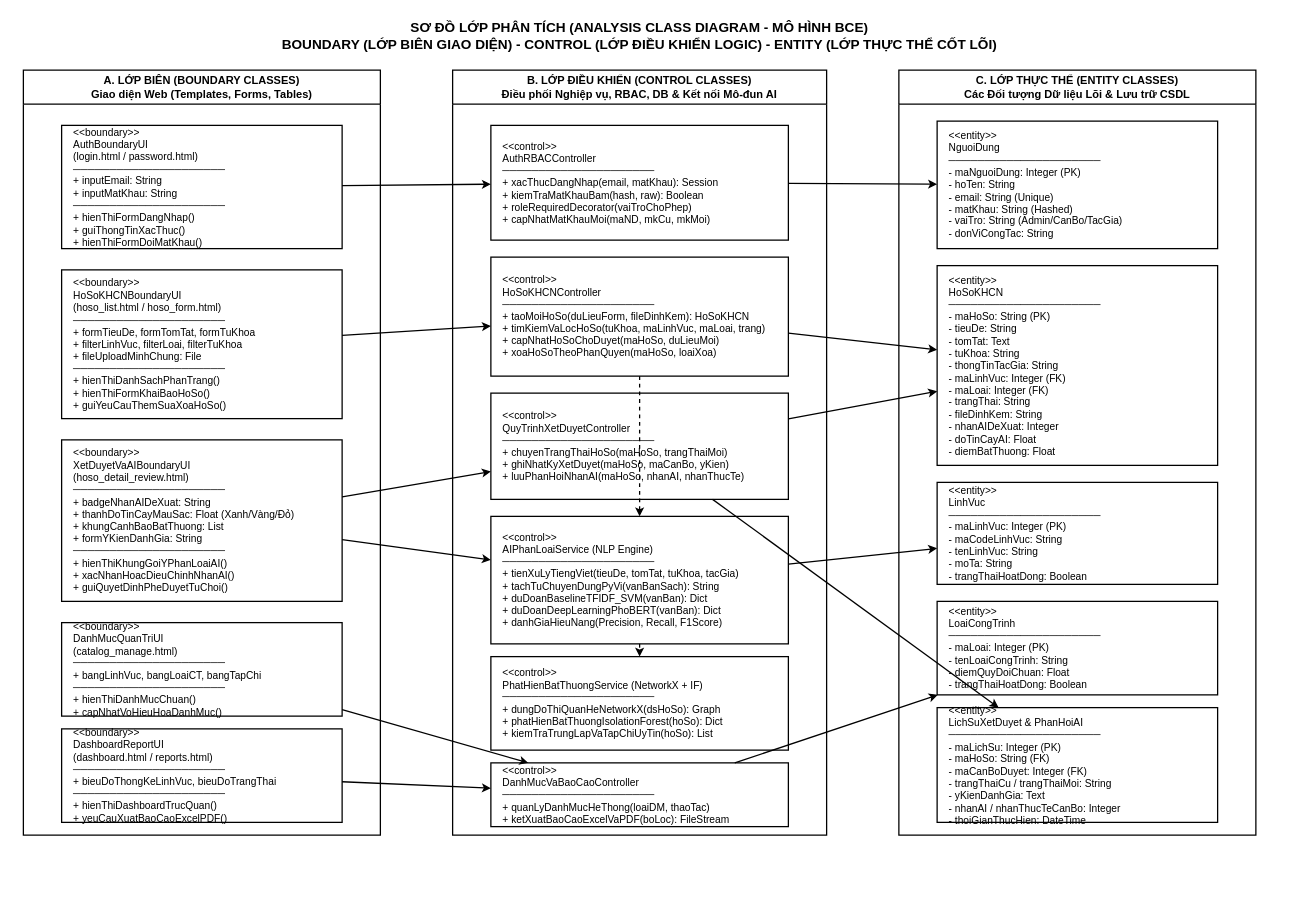
Above: diagrams/03_Analysis_Class_Diagram_BCE.drawio in nguyenthanhphat-144/KLCN_2026 (draw.io), before the change. Source tidied: cells renumbered, new cells numbered last; positions are measured from the earlier drawing's top-left corner, leaving out a move shared by most shapes. Both pictures are drawn from the tidied source at 85%, with x=0, y=0 at pixel (23, 14).
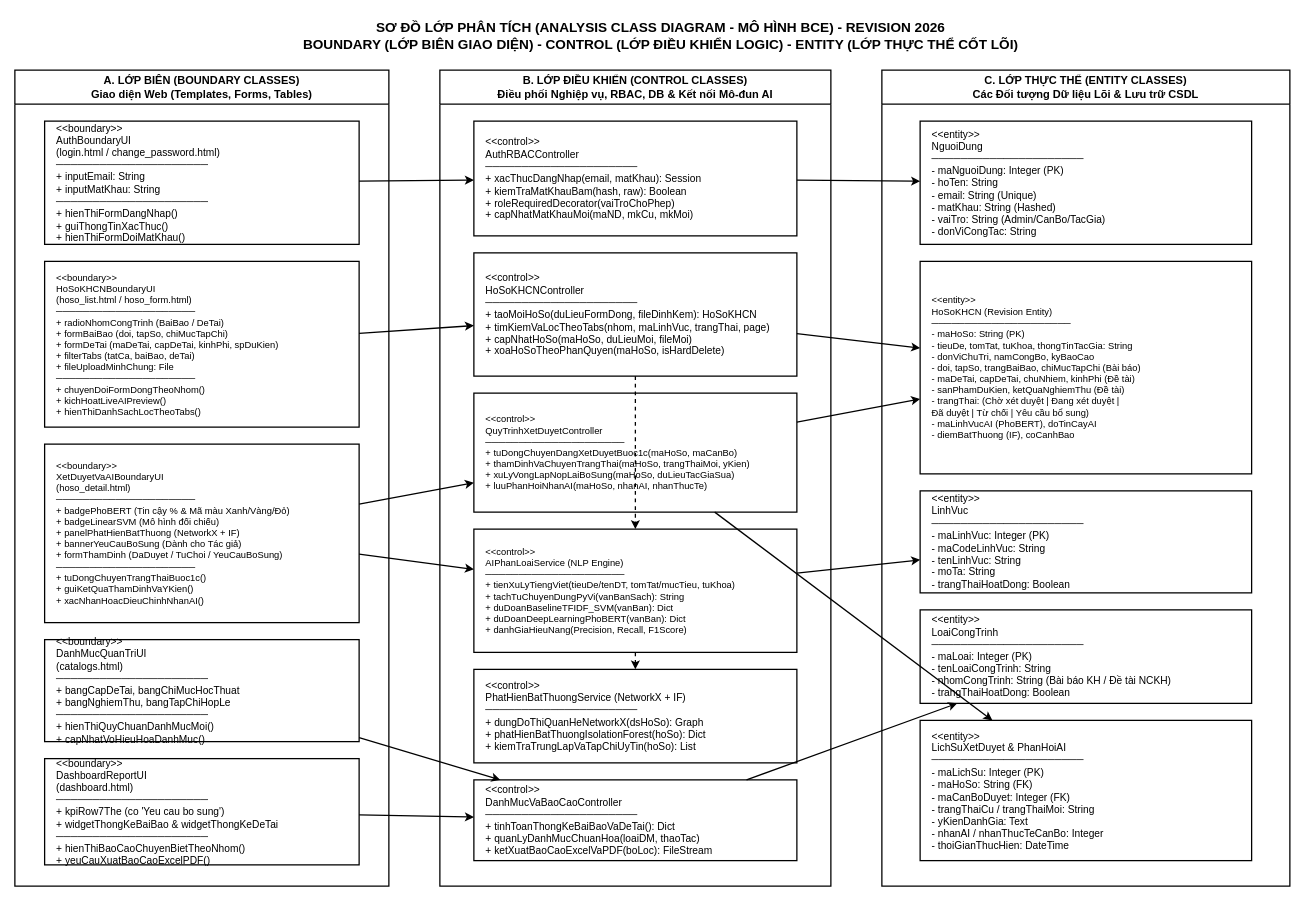
After the change.

Diff of the diagram source:
```diff
@@
-    <mxCell id="2" value="SƠ ĐỒ LỚP PHÂN TÍCH (ANALYSIS CLASS DIAGRAM - MÔ HÌNH BCE)&#10;BOUNDARY (LỚP BIÊN GIAO DIỆN) - CONTROL (LỚP ĐIỀU KHIỂN LOGIC) - ENTITY (LỚP THỰC THỂ CỐT LÕI)" style="text;html=1;strokeColor=none;fillColor=none;align=center;verticalAlign=middle;whiteSpace=wrap;rounded=0;fontSize=16;fontStyle=1;fontColor=#000000;" parent="1" vertex="1">
-      <mxGeometry x="200" width="1050" height="50" as="geometry" />
+    <mxCell id="2" value="SƠ ĐỒ LỚP PHÂN TÍCH (ANALYSIS CLASS DIAGRAM - MÔ HÌNH BCE) - REVISION 2026&#10;BOUNDARY (LỚP BIÊN GIAO DIỆN) - CONTROL (LỚP ĐIỀU KHIỂN LOGIC) - ENTITY (LỚP THỰC THỂ CỐT LÕI)" style="text;html=1;strokeColor=none;fillColor=none;align=center;verticalAlign=middle;whiteSpace=wrap;rounded=0;fontSize=16;fontStyle=1;fontColor=#000000;" parent="1" vertex="1">
+      <mxGeometry x="200" width="1100" height="50" as="geometry" />
     </mxCell>
     <mxCell id="3" value="A. LỚP BIÊN (BOUNDARY CLASSES)&#10;Giao diện Web (Templates, Forms, Tables)" style="swimlane;whiteSpace=wrap;html=1;startSize=40;fillColor=#FFFFFF;strokeColor=#000000;strokeWidth=1.5;fontStyle=1;fontSize=13;fontColor=#000000;" parent="1" vertex="1">
-      <mxGeometry y="65" width="420" height="900" as="geometry" />
+      <mxGeometry x="-10" y="65" width="440" height="960" as="geometry" />
     </mxCell>
-    <mxCell id="4" value="&amp;lt;&amp;lt;boundary&amp;gt;&amp;gt;&#10;AuthBoundaryUI&#10;(login.html / password.html)&#10;─────────────────────&#10;+ inputEmail: String&#10;+ inputMatKhau: String&#10;─────────────────────&#10;+ hienThiFormDangNhap()&#10;+ guiThongTinXacThuc()&#10;+ hienThiFormDoiMatKhau()" style="rounded=0;whiteSpace=wrap;html=1;align=left;spacingLeft=12;fillColor=#FFFFFF;strokeColor=#000000;strokeWidth=1.5;fontSize=12;fontColor=#000000;" parent="3" vertex="1">
-      <mxGeometry x="45" y="65" width="330" height="145" as="geometry" />
+    <mxCell id="4" value="&amp;lt;&amp;lt;boundary&amp;gt;&amp;gt;&#10;AuthBoundaryUI&#10;(login.html / change_password.html)&#10;─────────────────────&#10;+ inputEmail: String&#10;+ inputMatKhau: String&#10;─────────────────────&#10;+ hienThiFormDangNhap()&#10;+ guiThongTinXacThuc()&#10;+ hienThiFormDoiMatKhau()" style="rounded=0;whiteSpace=wrap;html=1;align=left;spacingLeft=12;fillColor=#FFFFFF;strokeColor=#000000;strokeWidth=1.5;fontSize=12;fontColor=#000000;" parent="3" vertex="1">
+      <mxGeometry x="35" y="60" width="370" height="145" as="geometry" />
     </mxCell>
-    <mxCell id="5" value="&amp;lt;&amp;lt;boundary&amp;gt;&amp;gt;&#10;HoSoKHCNBoundaryUI&#10;(hoso_list.html / hoso_form.html)&#10;─────────────────────&#10;+ formTieuDe, formTomTat, formTuKhoa&#10;+ filterLinhVuc, filterLoai, filterTuKhoa&#10;+ fileUploadMinhChung: File&#10;─────────────────────&#10;+ hienThiDanhSachPhanTrang()&#10;+ hienThiFormKhaiBaoHoSo()&#10;+ guiYeuCauThemSuaXoaHoSo()" style="rounded=0;whiteSpace=wrap;html=1;align=left;spacingLeft=12;fillColor=#FFFFFF;strokeColor=#000000;strokeWidth=1.5;fontSize=12;fontColor=#000000;" parent="3" vertex="1">
-      <mxGeometry x="45" y="235" width="330" height="175" as="geometry" />
+    <mxCell id="5" value="&amp;lt;&amp;lt;boundary&amp;gt;&amp;gt;&#10;HoSoKHCNBoundaryUI&#10;(hoso_list.html / hoso_form.html)&#10;─────────────────────&#10;+ radioNhomCongTrinh (BaiBao / DeTai)&#10;+ formBaiBao (doi, tapSo, chiMucTapChi)&#10;+ formDeTai (maDeTai, capDeTai, kinhPhi, spDuKien)&#10;+ filterTabs (tatCa, baiBao, deTai)&#10;+ fileUploadMinhChung: File&#10;─────────────────────&#10;+ chuyenDoiFormDongTheoNhom()&#10;+ kichHoatLiveAIPreview()&#10;+ hienThiDanhSachLocTheoTabs()" style="rounded=0;whiteSpace=wrap;html=1;align=left;spacingLeft=12;fillColor=#FFFFFF;strokeColor=#000000;strokeWidth=1.5;fontSize=11;fontColor=#000000;" parent="3" vertex="1">
+      <mxGeometry x="35" y="225" width="370" height="195" as="geometry" />
     </mxCell>
-    <mxCell id="6" value="&amp;lt;&amp;lt;boundary&amp;gt;&amp;gt;&#10;XetDuyetVaAIBoundaryUI&#10;(hoso_detail_review.html)&#10;─────────────────────&#10;+ badgeNhanAIDeXuat: String&#10;+ thanhDoTinCayMauSac: Float (Xanh/Vàng/Đỏ)&#10;+ khungCanhBaoBatThuong: List&#10;+ formYKienDanhGia: String&#10;─────────────────────&#10;+ hienThiKhungGoiYPhanLoaiAI()&#10;+ xacNhanHoacDieuChinhNhanAI()&#10;+ guiQuyetDinhPheDuyetTuChoi()" style="rounded=0;whiteSpace=wrap;html=1;align=left;spacingLeft=12;fillColor=#FFFFFF;strokeColor=#000000;strokeWidth=1.5;fontSize=12;fontColor=#000000;" parent="3" vertex="1">
-      <mxGeometry x="45" y="435" width="330" height="190" as="geometry" />
+    <mxCell id="6" value="&amp;lt;&amp;lt;boundary&amp;gt;&amp;gt;&#10;XetDuyetVaAIBoundaryUI&#10;(hoso_detail.html)&#10;─────────────────────&#10;+ badgePhoBERT (Tin cậy % &amp; Mã màu Xanh/Vàng/Đỏ)&#10;+ badgeLinearSVM (Mô hình đối chiếu)&#10;+ panelPhatHienBatThuong (NetworkX + IF)&#10;+ bannerYeuCauBoSung (Dành cho Tác giả)&#10;+ formThamDinh (DaDuyet / TuChoi / YeuCauBoSung)&#10;─────────────────────&#10;+ tuDongChuyenTrangThaiBuoc1c()&#10;+ guiKetQuaThamDinhVaYKien()&#10;+ xacNhanHoacDieuChinhNhanAI()" style="rounded=0;whiteSpace=wrap;html=1;align=left;spacingLeft=12;fillColor=#FFFFFF;strokeColor=#000000;strokeWidth=1.5;fontSize=11;fontColor=#000000;" parent="3" vertex="1">
+      <mxGeometry x="35" y="440" width="370" height="210" as="geometry" />
     </mxCell>
-    <mxCell id="7" value="&amp;lt;&amp;lt;boundary&amp;gt;&amp;gt;&#10;DanhMucQuanTriUI&#10;(catalog_manage.html)&#10;─────────────────────&#10;+ bangLinhVuc, bangLoaiCT, bangTapChi&#10;─────────────────────&#10;+ hienThiDanhMucChuan()&#10;+ capNhatVoHieuHoaDanhMuc()" style="rounded=0;whiteSpace=wrap;html=1;align=left;spacingLeft=12;fillColor=#FFFFFF;strokeColor=#000000;strokeWidth=1.5;fontSize=12;fontColor=#000000;" parent="3" vertex="1">
-      <mxGeometry x="45" y="650" width="330" height="110" as="geometry" />
+    <mxCell id="7" value="&amp;lt;&amp;lt;boundary&amp;gt;&amp;gt;&#10;DanhMucQuanTriUI&#10;(catalogs.html)&#10;─────────────────────&#10;+ bangCapDeTai, bangChiMucHocThuat&#10;+ bangNghiemThu, bangTapChiHopLe&#10;─────────────────────&#10;+ hienThiQuyChuanDanhMucMoi()&#10;+ capNhatVoHieuHoaDanhMuc()" style="rounded=0;whiteSpace=wrap;html=1;align=left;spacingLeft=12;fillColor=#FFFFFF;strokeColor=#000000;strokeWidth=1.5;fontSize=12;fontColor=#000000;" parent="3" vertex="1">
+      <mxGeometry x="35" y="670" width="370" height="120" as="geometry" />
     </mxCell>
-    <mxCell id="8" value="&amp;lt;&amp;lt;boundary&amp;gt;&amp;gt;&#10;DashboardReportUI&#10;(dashboard.html / reports.html)&#10;─────────────────────&#10;+ bieuDoThongKeLinhVuc, bieuDoTrangThai&#10;─────────────────────&#10;+ hienThiDashboardTrucQuan()&#10;+ yeuCauXuatBaoCaoExcelPDF()" style="rounded=0;whiteSpace=wrap;html=1;align=left;spacingLeft=12;fillColor=#FFFFFF;strokeColor=#000000;strokeWidth=1.5;fontSize=12;fontColor=#000000;" parent="3" vertex="1">
-      <mxGeometry x="45" y="775" width="330" height="110" as="geometry" />
+    <mxCell id="8" value="&amp;lt;&amp;lt;boundary&amp;gt;&amp;gt;&#10;DashboardReportUI&#10;(dashboard.html)&#10;─────────────────────&#10;+ kpiRow7The (co 'Yeu cau bo sung')&#10;+ widgetThongKeBaiBao &amp; widgetThongKeDeTai&#10;─────────────────────&#10;+ hienThiBaoCaoChuyenBietTheoNhom()&#10;+ yeuCauXuatBaoCaoExcelPDF()" style="rounded=0;whiteSpace=wrap;html=1;align=left;spacingLeft=12;fillColor=#FFFFFF;strokeColor=#000000;strokeWidth=1.5;fontSize=12;fontColor=#000000;" parent="3" vertex="1">
+      <mxGeometry x="35" y="810" width="370" height="125" as="geometry" />
     </mxCell>
     <mxCell id="9" value="B. LỚP ĐIỀU KHIỂN (CONTROL CLASSES)&#10;Điều phối Nghiệp vụ, RBAC, DB &amp; Kết nối Mô-đun AI" style="swimlane;whiteSpace=wrap;html=1;startSize=40;fillColor=#FFFFFF;strokeColor=#000000;strokeWidth=1.5;fontStyle=1;fontSize=13;fontColor=#000000;" parent="1" vertex="1">
-      <mxGeometry x="505" y="65" width="440" height="900" as="geometry" />
+      <mxGeometry x="490" y="65" width="460" height="960" as="geometry" />
     </mxCell>
     <mxCell id="10" value="&amp;lt;&amp;lt;control&amp;gt;&amp;gt;&#10;AuthRBACController&#10;─────────────────────&#10;+ xacThucDangNhap(email, matKhau): Session&#10;+ kiemTraMatKhauBam(hash, raw): Boolean&#10;+ roleRequiredDecorator(vaiTroChoPhep)&#10;+ capNhatMatKhauMoi(maND, mkCu, mkMoi)" style="rounded=0;whiteSpace=wrap;html=1;align=left;spacingLeft=12;fillColor=#FFFFFF;strokeColor=#000000;strokeWidth=1.5;fontSize=12;fontColor=#000000;" parent="9" vertex="1">
-      <mxGeometry x="45" y="65" width="350" height="135" as="geometry" />
+      <mxGeometry x="40" y="60" width="380" height="135" as="geometry" />
     </mxCell>
-    <mxCell id="11" value="&amp;lt;&amp;lt;control&amp;gt;&amp;gt;&#10;HoSoKHCNController&#10;─────────────────────&#10;+ taoMoiHoSo(duLieuForm, fileDinhKem): HoSoKHCN&#10;+ timKiemVaLocHoSo(tuKhoa, maLinhVuc, maLoai, trang)&#10;+ capNhatHoSoChoDuyet(maHoSo, duLieuMoi)&#10;+ xoaHoSoTheoPhanQuyen(maHoSo, loaiXoa)" style="rounded=0;whiteSpace=wrap;html=1;align=left;spacingLeft=12;fillColor=#FFFFFF;strokeColor=#000000;strokeWidth=1.5;fontSize=12;fontColor=#000000;" parent="9" vertex="1">
-      <mxGeometry x="45" y="220" width="350" height="140" as="geometry" />
+    <mxCell id="11" value="&amp;lt;&amp;lt;control&amp;gt;&amp;gt;&#10;HoSoKHCNController&#10;─────────────────────&#10;+ taoMoiHoSo(duLieuFormDong, fileDinhKem): HoSoKHCN&#10;+ timKiemVaLocTheoTabs(nhom, maLinhVuc, trangThai, page)&#10;+ capNhatHoSo(maHoSo, duLieuMoi, fileMoi)&#10;+ xoaHoSoTheoPhanQuyen(maHoSo, isHardDelete)" style="rounded=0;whiteSpace=wrap;html=1;align=left;spacingLeft=12;fillColor=#FFFFFF;strokeColor=#000000;strokeWidth=1.5;fontSize=12;fontColor=#000000;" parent="9" vertex="1">
+      <mxGeometry x="40" y="215" width="380" height="145" as="geometry" />
     </mxCell>
-    <mxCell id="12" value="&amp;lt;&amp;lt;control&amp;gt;&amp;gt;&#10;QuyTrinhXetDuyetController&#10;─────────────────────&#10;+ chuyenTrangThaiHoSo(maHoSo, trangThaiMoi)&#10;+ ghiNhatKyXetDuyet(maHoSo, maCanBo, yKien)&#10;+ luuPhanHoiNhanAI(maHoSo, nhanAI, nhanThucTe)" style="rounded=0;whiteSpace=wrap;html=1;align=left;spacingLeft=12;fillColor=#FFFFFF;strokeColor=#000000;strokeWidth=1.5;fontSize=12;fontColor=#000000;" parent="9" vertex="1">
-      <mxGeometry x="45" y="380" width="350" height="125" as="geometry" />
+    <mxCell id="12" value="&amp;lt;&amp;lt;control&amp;gt;&amp;gt;&#10;QuyTrinhXetDuyetController&#10;─────────────────────&#10;+ tuDongChuyenDangXetDuyetBuoc1c(maHoSo, maCanBo)&#10;+ thamDinhVaChuyenTrangThai(maHoSo, trangThaiMoi, yKien)&#10;+ xuLyVongLapNopLaiBoSung(maHoSo, duLieuTacGiaSua)&#10;+ luuPhanHoiNhanAI(maHoSo, nhanAI, nhanThucTe)" style="rounded=0;whiteSpace=wrap;html=1;align=left;spacingLeft=12;fillColor=#FFFFFF;strokeColor=#000000;strokeWidth=1.5;fontSize=11;fontColor=#000000;" parent="9" vertex="1">
+      <mxGeometry x="40" y="380" width="380" height="140" as="geometry" />
     </mxCell>
-    <mxCell id="13" value="&amp;lt;&amp;lt;control&amp;gt;&amp;gt;&#10;AIPhanLoaiService (NLP Engine)&#10;─────────────────────&#10;+ tienXuLyTiengViet(tieuDe, tomTat, tuKhoa, tacGia)&#10;+ tachTuChuyenDungPyVi(vanBanSach): String&#10;+ duDoanBaselineTFIDF_SVM(vanBan): Dict&#10;+ duDoanDeepLearningPhoBERT(vanBan): Dict&#10;+ danhGiaHieuNang(Precision, Recall, F1Score)" style="rounded=0;whiteSpace=wrap;html=1;align=left;spacingLeft=12;fillColor=#FFFFFF;strokeColor=#000000;strokeWidth=1.5;fontSize=12;fontStyle=0;fontColor=#000000;" parent="9" vertex="1">
-      <mxGeometry x="45" y="525" width="350" height="150" as="geometry" />
+    <mxCell id="13" value="&amp;lt;&amp;lt;control&amp;gt;&amp;gt;&#10;AIPhanLoaiService (NLP Engine)&#10;─────────────────────&#10;+ tienXuLyTiengViet(tieuDe/tenDT, tomTat/mucTieu, tuKhoa)&#10;+ tachTuChuyenDungPyVi(vanBanSach): String&#10;+ duDoanBaselineTFIDF_SVM(vanBan): Dict&#10;+ duDoanDeepLearningPhoBERT(vanBan): Dict&#10;+ danhGiaHieuNang(Precision, Recall, F1Score)" style="rounded=0;whiteSpace=wrap;html=1;align=left;spacingLeft=12;fillColor=#FFFFFF;strokeColor=#000000;strokeWidth=1.5;fontSize=11;fontStyle=0;fontColor=#000000;" parent="9" vertex="1">
+      <mxGeometry x="40" y="540" width="380" height="145" as="geometry" />
     </mxCell>
     <mxCell id="14" value="&amp;lt;&amp;lt;control&amp;gt;&amp;gt;&#10;PhatHienBatThuongService (NetworkX + IF)&#10;─────────────────────&#10;+ dungDoThiQuanHeNetworkX(dsHoSo): Graph&#10;+ phatHienBatThuongIsolationForest(hoSo): Dict&#10;+ kiemTraTrungLapVaTapChiUyTin(hoSo): List" style="rounded=0;whiteSpace=wrap;html=1;align=left;spacingLeft=12;fillColor=#FFFFFF;strokeColor=#000000;strokeWidth=1.5;fontSize=12;fontColor=#000000;" parent="9" vertex="1">
-      <mxGeometry x="45" y="690" width="350" height="110" as="geometry" />
+      <mxGeometry x="40" y="705" width="380" height="110" as="geometry" />
     </mxCell>
-    <mxCell id="15" value="&amp;lt;&amp;lt;control&amp;gt;&amp;gt;&#10;DanhMucVaBaoCaoController&#10;─────────────────────&#10;+ quanLyDanhMucHeThong(loaiDM, thaoTac)&#10;+ ketXuatBaoCaoExcelVaPDF(boLoc): FileStream" style="rounded=0;whiteSpace=wrap;html=1;align=left;spacingLeft=12;fillColor=#FFFFFF;strokeColor=#000000;strokeWidth=1.5;fontSize=12;fontColor=#000000;" parent="9" vertex="1">
-      <mxGeometry x="45" y="815" width="350" height="75" as="geometry" />
+    <mxCell id="15" value="&amp;lt;&amp;lt;control&amp;gt;&amp;gt;&#10;DanhMucVaBaoCaoController&#10;─────────────────────&#10;+ tinhToanThongKeBaiBaoVaDeTai(): Dict&#10;+ quanLyDanhMucChuanHoa(loaiDM, thaoTac)&#10;+ ketXuatBaoCaoExcelVaPDF(boLoc): FileStream" style="rounded=0;whiteSpace=wrap;html=1;align=left;spacingLeft=12;fillColor=#FFFFFF;strokeColor=#000000;strokeWidth=1.5;fontSize=12;fontColor=#000000;" parent="9" vertex="1">
+      <mxGeometry x="40" y="835" width="380" height="95" as="geometry" />
     </mxCell>
     <mxCell id="16" value="C. LỚP THỰC THỂ (ENTITY CLASSES)&#10;Các Đối tượng Dữ liệu Lõi &amp; Lưu trữ CSDL" style="swimlane;whiteSpace=wrap;html=1;startSize=40;fillColor=#FFFFFF;strokeColor=#000000;strokeWidth=1.5;fontStyle=1;fontSize=13;fontColor=#000000;" parent="1" vertex="1">
-      <mxGeometry x="1030" y="65" width="420" height="900" as="geometry" />
+      <mxGeometry x="1010" y="65" width="480" height="960" as="geometry" />
     </mxCell>
     <mxCell id="17" value="&amp;lt;&amp;lt;entity&amp;gt;&amp;gt;&#10;NguoiDung&#10;─────────────────────&#10;- maNguoiDung: Integer (PK)&#10;- hoTen: String&#10;- email: String (Unique)&#10;- matKhau: String (Hashed)&#10;- vaiTro: String (Admin/CanBo/TacGia)&#10;- donViCongTac: String" style="rounded=0;whiteSpace=wrap;html=1;align=left;spacingLeft=12;fillColor=#FFFFFF;strokeColor=#000000;strokeWidth=1.5;fontSize=12;fontColor=#000000;" parent="16" vertex="1">
-      <mxGeometry x="45" y="60" width="330" height="150" as="geometry" />
+      <mxGeometry x="45" y="60" width="390" height="145" as="geometry" />
     </mxCell>
-    <mxCell id="18" value="&amp;lt;&amp;lt;entity&amp;gt;&amp;gt;&#10;HoSoKHCN&#10;─────────────────────&#10;- maHoSo: String (PK)&#10;- tieuDe: String&#10;- tomTat: Text&#10;- tuKhoa: String&#10;- thongTinTacGia: String&#10;- maLinhVuc: Integer (FK)&#10;- maLoai: Integer (FK)&#10;- trangThai: String&#10;- fileDinhKem: String&#10;- nhanAIDeXuat: Integer&#10;- doTinCayAI: Float&#10;- diemBatThuong: Float" style="rounded=0;whiteSpace=wrap;html=1;align=left;spacingLeft=12;fillColor=#FFFFFF;strokeColor=#000000;strokeWidth=1.5;fontSize=12;fontColor=#000000;" parent="16" vertex="1">
-      <mxGeometry x="45" y="230" width="330" height="235" as="geometry" />
+    <mxCell id="18" value="&amp;lt;&amp;lt;entity&amp;gt;&amp;gt;&#10;HoSoKHCN (Revision Entity)&#10;─────────────────────&#10;- maHoSo: String (PK)&#10;- tieuDe, tomTat, tuKhoa, thongTinTacGia: String&#10;- donViChuTri, namCongBo, kyBaoCao&#10;- doi, tapSo, trangBaiBao, chiMucTapChi (Bài báo)&#10;- maDeTai, capDeTai, chuNhiem, kinhPhi (Đề tài)&#10;- sanPhamDuKien, ketQuaNghiemThu (Đề tài)&#10;- trangThai: (Chờ xét duyệt | Đang xét duyệt |&#10;             Đã duyệt | Từ chối | Yêu cầu bổ sung)&#10;- maLinhVucAI (PhoBERT), doTinCayAI&#10;- diemBatThuong (IF), coCanhBao" style="rounded=0;whiteSpace=wrap;html=1;align=left;spacingLeft=12;fillColor=#FFFFFF;strokeColor=#000000;strokeWidth=1.5;fontSize=11;fontColor=#000000;" parent="16" vertex="1">
+      <mxGeometry x="45" y="225" width="390" height="250" as="geometry" />
     </mxCell>
     <mxCell id="19" value="&amp;lt;&amp;lt;entity&amp;gt;&amp;gt;&#10;LinhVuc&#10;─────────────────────&#10;- maLinhVuc: Integer (PK)&#10;- maCodeLinhVuc: String&#10;- tenLinhVuc: String&#10;- moTa: String&#10;- trangThaiHoatDong: Boolean" style="rounded=0;whiteSpace=wrap;html=1;align=left;spacingLeft=12;fillColor=#FFFFFF;strokeColor=#000000;strokeWidth=1.5;fontSize=12;fontColor=#000000;" parent="16" vertex="1">
-      <mxGeometry x="45" y="485" width="330" height="120" as="geometry" />
+      <mxGeometry x="45" y="495" width="390" height="120" as="geometry" />
     </mxCell>
-    <mxCell id="20" value="&amp;lt;&amp;lt;entity&amp;gt;&amp;gt;&#10;LoaiCongTrinh&#10;─────────────────────&#10;- maLoai: Integer (PK)&#10;- tenLoaiCongTrinh: String&#10;- diemQuyDoiChuan: Float&#10;- trangThaiHoatDong: Boolean" style="rounded=0;whiteSpace=wrap;html=1;align=left;spacingLeft=12;fillColor=#FFFFFF;strokeColor=#000000;strokeWidth=1.5;fontSize=12;fontColor=#000000;" parent="16" vertex="1">
-      <mxGeometry x="45" y="625" width="330" height="110" as="geometry" />
+    <mxCell id="20" value="&amp;lt;&amp;lt;entity&amp;gt;&amp;gt;&#10;LoaiCongTrinh&#10;─────────────────────&#10;- maLoai: Integer (PK)&#10;- tenLoaiCongTrinh: String&#10;- nhomCongTrinh: String (Bài báo KH / Đề tài NCKH)&#10;- trangThaiHoatDong: Boolean" style="rounded=0;whiteSpace=wrap;html=1;align=left;spacingLeft=12;fillColor=#FFFFFF;strokeColor=#000000;strokeWidth=1.5;fontSize=12;fontColor=#000000;" parent="16" vertex="1">
+      <mxGeometry x="45" y="635" width="390" height="110" as="geometry" />
     </mxCell>
     <mxCell id="21" value="&amp;lt;&amp;lt;entity&amp;gt;&amp;gt;&#10;LichSuXetDuyet &amp; PhanHoiAI&#10;─────────────────────&#10;- maLichSu: Integer (PK)&#10;- maHoSo: String (FK)&#10;- maCanBoDuyet: Integer (FK)&#10;- trangThaiCu / trangThaiMoi: String&#10;- yKienDanhGia: Text&#10;- nhanAI / nhanThucTeCanBo: Integer&#10;- thoiGianThucHien: DateTime" style="rounded=0;whiteSpace=wrap;html=1;align=left;spacingLeft=12;fillColor=#FFFFFF;strokeColor=#000000;strokeWidth=1.5;fontSize=12;fontColor=#000000;" parent="16" vertex="1">
-      <mxGeometry x="45" y="750" width="330" height="135" as="geometry" />
+      <mxGeometry x="45" y="765" width="390" height="165" as="geometry" />
     </mxCell>
```
